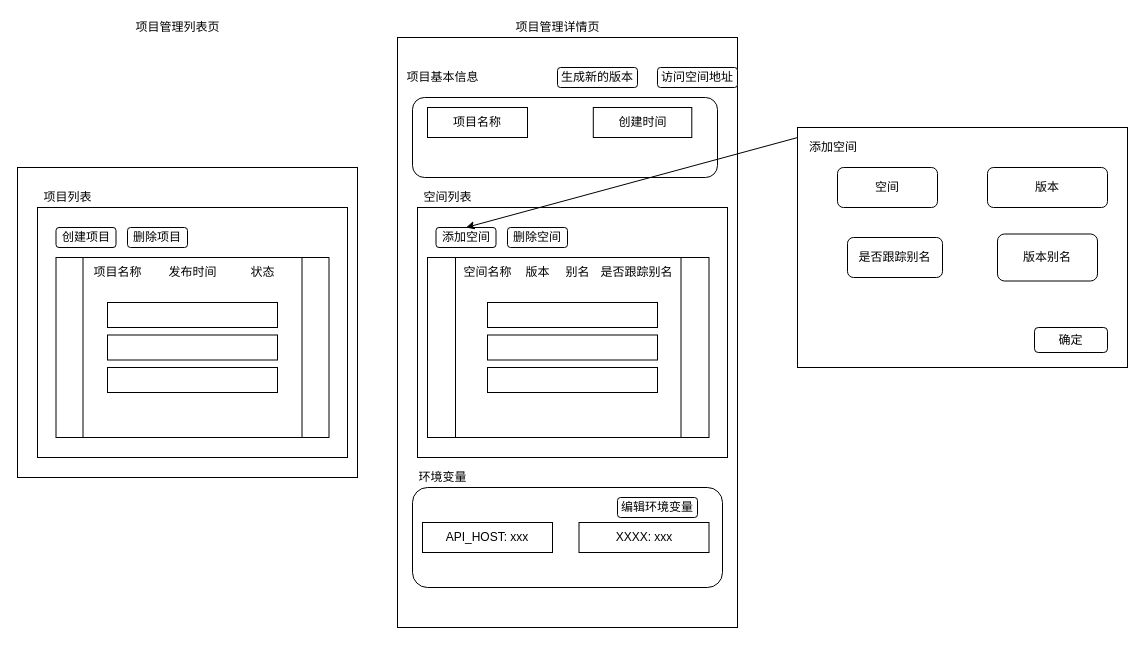
This is ui.drawio from yunqiangwu/fe-pipeline, a draw.io file, before an edit. Source tidied: cells renumbered, new cells numbered last; positions are measured from the earlier drawing's top-left corner, leaving out a move shared by most shapes. Both pictures are drawn from the tidied source at 100%, with x=0, y=0 at pixel (17, 17).
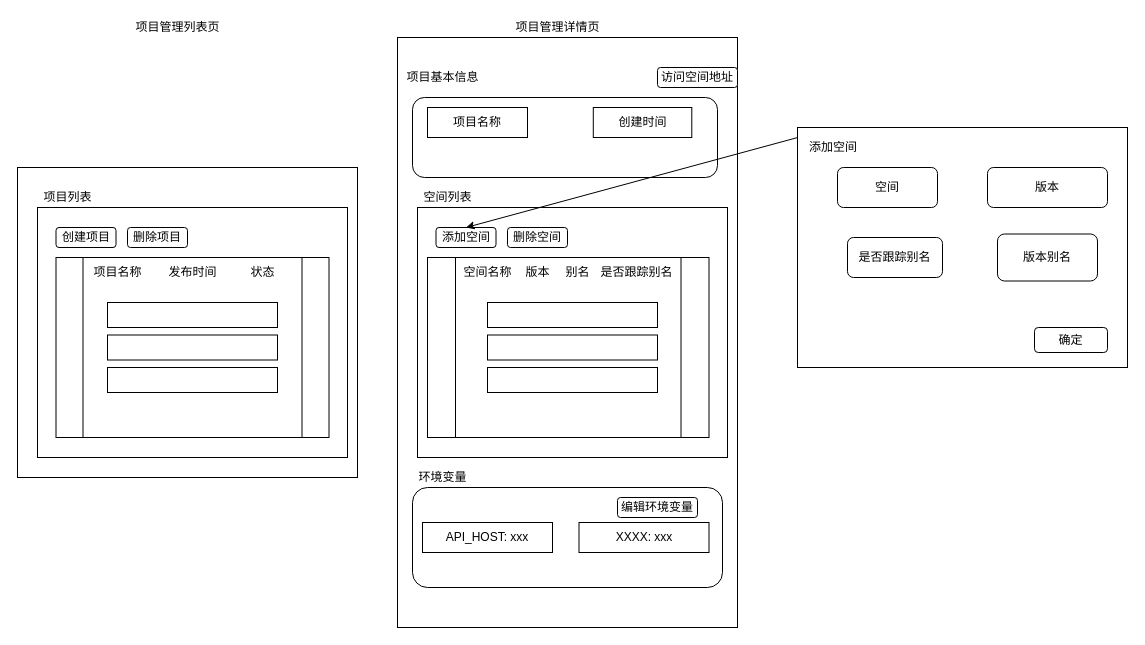
Above is the later version.

What changed in the source:
```diff
@@
-    <mxCell id="24" value="生成新的版本" style="rounded=1;whiteSpace=wrap;html=1;" parent="1" vertex="1">
-      <mxGeometry x="540" y="50" width="80" height="20" as="geometry" />
-    </mxCell>
```
